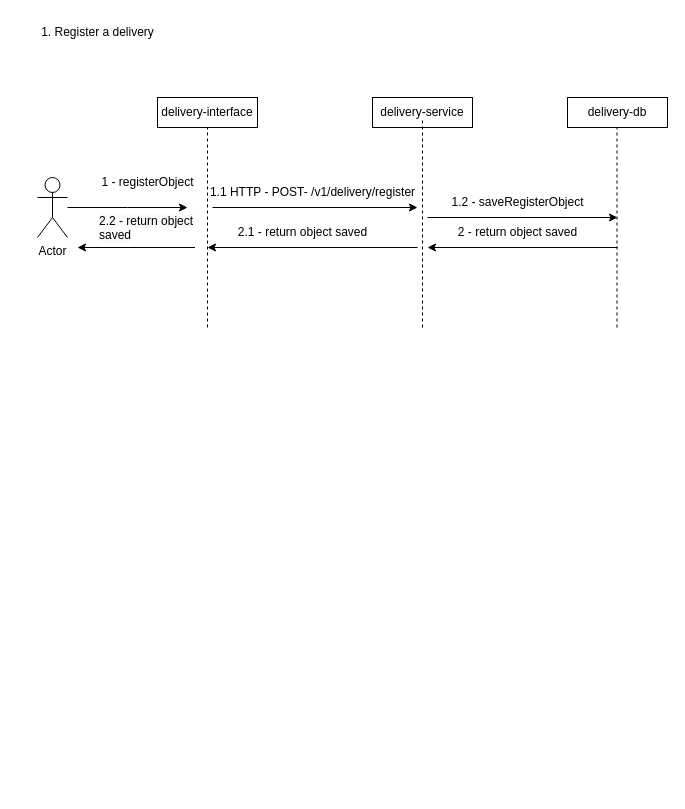
Before: delivery-service.drawio in ffelipelimao/delivery-service, a draw.io diagram. Source tidied: cells renumbered, new cells numbered last; positions are measured from the earlier drawing's top-left corner, leaving out a move shared by most shapes. Both pictures are drawn from the tidied source at 100%, with x=0, y=0 at pixel (27, 17).
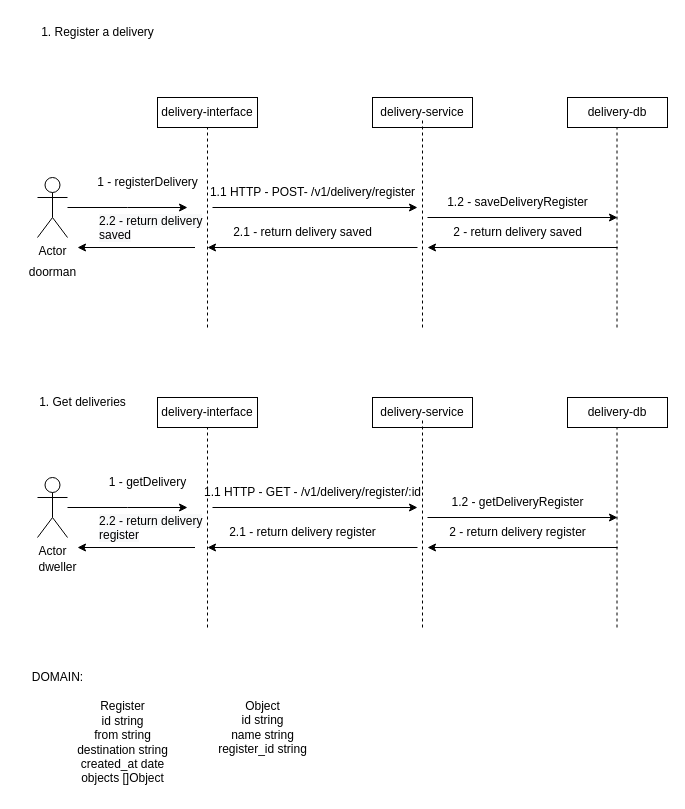
The same page after the edit.

What changed in the source:
```diff
@@
-    <mxCell id="9" value="1 - registerObject" style="text;html=1;align=center;verticalAlign=middle;strokeColor=none;fillColor=none;" parent="1" vertex="1">
+    <mxCell id="9" value="1 - registerDelivery" style="text;html=1;align=center;verticalAlign=middle;strokeColor=none;fillColor=none;" parent="1" vertex="1">
       <mxGeometry x="60" y="150" width="120" height="30" as="geometry" />
     </mxCell>
@@
-    <mxCell id="13" value="1.2 - saveRegisterObject" style="text;html=1;align=center;verticalAlign=middle;strokeColor=none;fillColor=none;" parent="1" vertex="1">
+    <mxCell id="13" value="1.2 - saveDeliveryRegister" style="text;html=1;align=center;verticalAlign=middle;strokeColor=none;fillColor=none;" parent="1" vertex="1">
       <mxGeometry x="410" y="170" width="160" height="30" as="geometry" />
     </mxCell>
@@
-    <mxCell id="16" value="2 - return object saved" style="text;html=1;align=center;verticalAlign=middle;strokeColor=none;fillColor=none;" parent="1" vertex="1">
-      <mxGeometry x="420" y="200" width="140" height="30" as="geometry" />
+    <mxCell id="16" value="2 - return delivery saved" style="text;html=1;align=center;verticalAlign=middle;strokeColor=none;fillColor=none;" parent="1" vertex="1">
+      <mxGeometry x="415" y="200" width="150" height="30" as="geometry" />
     </mxCell>
-    <mxCell id="17" value="2.1 - return object saved" style="text;html=1;align=center;verticalAlign=middle;strokeColor=none;fillColor=none;" parent="1" vertex="1">
-      <mxGeometry x="200" y="200" width="150" height="30" as="geometry" />
+    <mxCell id="17" value="2.1 - return delivery saved" style="text;html=1;align=center;verticalAlign=middle;strokeColor=none;fillColor=none;" parent="1" vertex="1">
+      <mxGeometry x="195" y="200" width="160" height="30" as="geometry" />
     </mxCell>
-    <mxCell id="18" value="&lt;span style=&quot;color: rgb(0, 0, 0); font-family: Helvetica; font-size: 12px; font-style: normal; font-variant-ligatures: normal; font-variant-caps: normal; font-weight: 400; letter-spacing: normal; orphans: 2; text-align: center; text-indent: 0px; text-transform: none; widows: 2; word-spacing: 0px; -webkit-text-stroke-width: 0px; background-color: rgb(248, 249, 250); text-decoration-thickness: initial; text-decoration-style: initial; text-decoration-color: initial; float: none; display: inline !important;&quot;&gt;2.2 - return object saved&lt;/span&gt;" style="text;whiteSpace=wrap;html=1;" parent="1" vertex="1">
+    <mxCell id="18" value="&lt;span style=&quot;color: rgb(0, 0, 0); font-family: Helvetica; font-size: 12px; font-style: normal; font-variant-ligatures: normal; font-variant-caps: normal; font-weight: 400; letter-spacing: normal; orphans: 2; text-align: center; text-indent: 0px; text-transform: none; widows: 2; word-spacing: 0px; -webkit-text-stroke-width: 0px; background-color: rgb(248, 249, 250); text-decoration-thickness: initial; text-decoration-style: initial; text-decoration-color: initial; float: none; display: inline !important;&quot;&gt;2.2 - return delivery saved&lt;/span&gt;" style="text;whiteSpace=wrap;html=1;" parent="1" vertex="1">
       <mxGeometry x="70" y="190" width="130" height="40" as="geometry" />
     </mxCell>
@@
+    <mxCell id="22" value="doorman" style="text;html=1;align=center;verticalAlign=middle;strokeColor=none;fillColor=none;" parent="1" vertex="1">
+      <mxGeometry x="-10" y="240" width="70" height="30" as="geometry" />
+    </mxCell>
+    <mxCell id="23" value="delivery-service" style="whiteSpace=wrap;html=1;" parent="1" vertex="1">
+      <mxGeometry x="345" y="380" width="100" height="30" as="geometry" />
+    </mxCell>
+    <mxCell id="24" value="1. Get deliveries" style="text;html=1;align=center;verticalAlign=middle;strokeColor=none;fillColor=none;" parent="1" vertex="1">
+      <mxGeometry y="370" width="110" height="30" as="geometry" />
+    </mxCell>
+    <mxCell id="25" value="delivery-db" style="whiteSpace=wrap;html=1;" parent="1" vertex="1">
+      <mxGeometry x="540" y="380" width="100" height="30" as="geometry" />
+    </mxCell>
+    <mxCell id="26" value="delivery-interface" style="whiteSpace=wrap;html=1;" parent="1" vertex="1">
+      <mxGeometry x="130" y="380" width="100" height="30" as="geometry" />
+    </mxCell>
+    <mxCell id="27" style="endArrow=none;dashed=1;html=1;rounded=0;entryX=0.5;entryY=1;entryDx=0;entryDy=0;" parent="1" edge="1" target="26">
+      <mxGeometry relative="1" as="geometry">
+        <mxPoint x="180" y="610" as="sourcePoint" />
+      </mxGeometry>
+    </mxCell>
+    <mxCell id="28" style="endArrow=none;dashed=1;html=1;rounded=0;entryX=0.5;entryY=1;entryDx=0;entryDy=0;" parent="1" edge="1">
+      <mxGeometry relative="1" as="geometry">
+        <mxPoint x="395" y="610" as="sourcePoint" />
+        <mxPoint x="395" y="400" as="targetPoint" />
+      </mxGeometry>
+    </mxCell>
+    <mxCell id="29" style="endArrow=none;dashed=1;html=1;rounded=0;entryX=0.5;entryY=1;entryDx=0;entryDy=0;" parent="1" edge="1">
+      <mxGeometry relative="1" as="geometry">
+        <mxPoint x="589.5" y="610" as="sourcePoint" />
+        <mxPoint x="589.5" y="410" as="targetPoint" />
+      </mxGeometry>
+    </mxCell>
+    <mxCell id="30" value="1 - getDelivery" style="text;html=1;align=center;verticalAlign=middle;strokeColor=none;fillColor=none;" parent="1" vertex="1">
+      <mxGeometry x="70" y="450" width="100" height="30" as="geometry" />
+    </mxCell>
+    <mxCell id="31" style="endArrow=classic;html=1;rounded=0;" parent="1" edge="1">
+      <mxGeometry relative="1" as="geometry">
+        <mxPoint x="185" y="490" as="sourcePoint" />
+        <mxPoint x="390" y="490" as="targetPoint" />
+      </mxGeometry>
+    </mxCell>
+    <mxCell id="32" value="1.1 HTTP - GET - /v1/delivery/register/:id" style="text;html=1;align=center;verticalAlign=middle;strokeColor=none;fillColor=none;" parent="1" vertex="1">
+      <mxGeometry x="165" y="460" width="240" height="30" as="geometry" />
+    </mxCell>
+    <mxCell id="33" style="endArrow=classic;html=1;rounded=0;" parent="1" edge="1">
+      <mxGeometry relative="1" as="geometry">
+        <mxPoint x="400" y="500" as="sourcePoint" />
+        <mxPoint x="590" y="500" as="targetPoint" />
+      </mxGeometry>
+    </mxCell>
+    <mxCell id="34" value="1.2 - getDeliveryRegister" style="text;html=1;align=center;verticalAlign=middle;strokeColor=none;fillColor=none;" parent="1" vertex="1">
+      <mxGeometry x="410" y="470" width="160" height="30" as="geometry" />
+    </mxCell>
+    <mxCell id="35" style="endArrow=classic;html=1;rounded=0;" parent="1" edge="1">
+      <mxGeometry relative="1" as="geometry">
+        <mxPoint x="590" y="530" as="sourcePoint" />
+        <mxPoint x="400" y="530" as="targetPoint" />
+      </mxGeometry>
+    </mxCell>
+    <mxCell id="36" style="endArrow=classic;html=1;rounded=0;" parent="1" edge="1">
+      <mxGeometry relative="1" as="geometry">
+        <mxPoint x="390" y="530" as="sourcePoint" />
+        <mxPoint x="180" y="530" as="targetPoint" />
+      </mxGeometry>
+    </mxCell>
+    <mxCell id="37" value="2 - return delivery register" style="text;html=1;align=center;verticalAlign=middle;strokeColor=none;fillColor=none;" parent="1" vertex="1">
+      <mxGeometry x="410" y="500" width="160" height="30" as="geometry" />
+    </mxCell>
+    <mxCell id="38" value="2.1 - return delivery register" style="text;html=1;align=center;verticalAlign=middle;strokeColor=none;fillColor=none;" parent="1" vertex="1">
+      <mxGeometry x="190" y="500" width="170" height="30" as="geometry" />
+    </mxCell>
+    <mxCell id="39" value="&lt;span style=&quot;color: rgb(0, 0, 0); font-family: Helvetica; font-size: 12px; font-style: normal; font-variant-ligatures: normal; font-variant-caps: normal; font-weight: 400; letter-spacing: normal; orphans: 2; text-align: center; text-indent: 0px; text-transform: none; widows: 2; word-spacing: 0px; -webkit-text-stroke-width: 0px; background-color: rgb(248, 249, 250); text-decoration-thickness: initial; text-decoration-style: initial; text-decoration-color: initial; float: none; display: inline !important;&quot;&gt;2.2 - return delivery register&lt;/span&gt;" style="text;whiteSpace=wrap;html=1;" parent="1" vertex="1">
+      <mxGeometry x="70" y="490" width="130" height="40" as="geometry" />
+    </mxCell>
+    <mxCell id="40" style="edgeStyle=orthogonalEdgeStyle;rounded=0;jettySize=auto;html=1;" parent="1" edge="1" source="41">
+      <mxGeometry relative="1" as="geometry">
+        <mxPoint x="160" y="490" as="targetPoint" />
+      </mxGeometry>
+    </mxCell>
+    <mxCell id="41" value="Actor" style="shape=umlActor;verticalLabelPosition=bottom;verticalAlign=top;html=1;outlineConnect=0;" parent="1" vertex="1">
+      <mxGeometry x="10" y="460" width="30" height="60" as="geometry" />
+    </mxCell>
+    <mxCell id="42" style="endArrow=classic;html=1;rounded=0;exitX=0.75;exitY=1;exitDx=0;exitDy=0;" parent="1" edge="1" source="39">
+      <mxGeometry relative="1" as="geometry">
+        <mxPoint x="50" y="530" as="targetPoint" />
+      </mxGeometry>
+    </mxCell>
+    <mxCell id="43" value="dweller" style="text;html=1;align=center;verticalAlign=middle;strokeColor=none;fillColor=none;" parent="1" vertex="1">
+      <mxGeometry y="535" width="60" height="30" as="geometry" />
+    </mxCell>
+    <mxCell id="44" value="DOMAIN:&lt;br&gt;" style="text;html=1;align=center;verticalAlign=middle;strokeColor=none;fillColor=none;" parent="1" vertex="1">
+      <mxGeometry x="-5" y="645" width="70" height="30" as="geometry" />
+    </mxCell>
+    <mxCell id="45" value="&lt;br&gt;" style="text;html=1;align=center;verticalAlign=middle;strokeColor=none;fillColor=none;" parent="1" vertex="1">
+      <mxGeometry x="90" y="675" width="20" height="30" as="geometry" />
+    </mxCell>
+    <mxCell id="46" value="Register&lt;br&gt;id string&lt;br&gt;from string&lt;br&gt;destination string&lt;br&gt;created_at date&lt;br&gt;objects []Object" style="text;html=1;align=center;verticalAlign=middle;strokeColor=none;fillColor=none;" parent="1" vertex="1">
+      <mxGeometry x="40" y="675" width="110" height="100" as="geometry" />
+    </mxCell>
+    <mxCell id="47" value="Object&lt;br&gt;id string&lt;br&gt;name string&lt;br&gt;register_id string" style="text;html=1;align=center;verticalAlign=middle;strokeColor=none;fillColor=none;" parent="1" vertex="1">
+      <mxGeometry x="180" y="675" width="110" height="70" as="geometry" />
+    </mxCell>
```
